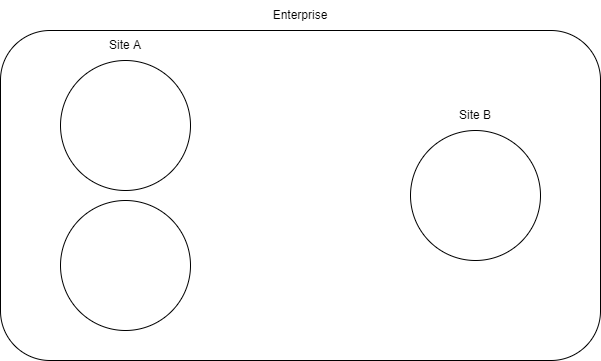
Above: images/Imprivata.drawio.png in Radriverron/radriverron.github.io (draw.io), before the change. Source tidied: cells renumbered, new cells last; positions are measured from the earlier drawing's top-left corner, leaving out a move shared by most shapes. The source it was exported from:
```xml
<mxGraphModel>
  <root>
    <mxCell id="0" />
    <mxCell id="1" parent="0" />
    <mxCell id="2" style="rounded=1;whiteSpace=wrap;html=1;" parent="1" vertex="1">
      <mxGeometry y="30" width="600" height="330" as="geometry" />
    </mxCell>
    <mxCell id="3" style="ellipse;whiteSpace=wrap;html=1;" parent="1" vertex="1">
      <mxGeometry x="60" y="60" width="130" height="130" as="geometry" />
    </mxCell>
    <mxCell id="4" style="ellipse;whiteSpace=wrap;html=1;" parent="1" vertex="1">
      <mxGeometry x="60" y="200" width="130" height="130" as="geometry" />
    </mxCell>
    <mxCell id="5" style="ellipse;whiteSpace=wrap;html=1;" parent="1" vertex="1">
      <mxGeometry x="410" y="130" width="130" height="130" as="geometry" />
    </mxCell>
    <mxCell id="6" value="Site A" style="text;html=1;strokeColor=none;fillColor=none;align=center;verticalAlign=middle;whiteSpace=wrap;rounded=0;" parent="1" vertex="1">
      <mxGeometry x="95" y="30" width="60" height="30" as="geometry" />
    </mxCell>
    <mxCell id="7" value="Site B" style="text;html=1;strokeColor=none;fillColor=none;align=center;verticalAlign=middle;whiteSpace=wrap;rounded=0;" parent="1" vertex="1">
      <mxGeometry x="445" y="100" width="60" height="30" as="geometry" />
    </mxCell>
    <mxCell id="8" value="Enterprise" style="text;html=1;strokeColor=none;fillColor=none;align=center;verticalAlign=middle;whiteSpace=wrap;rounded=0;" parent="1" vertex="1">
      <mxGeometry x="270" width="60" height="30" as="geometry" />
    </mxCell>
  </root>
</mxGraphModel>
```
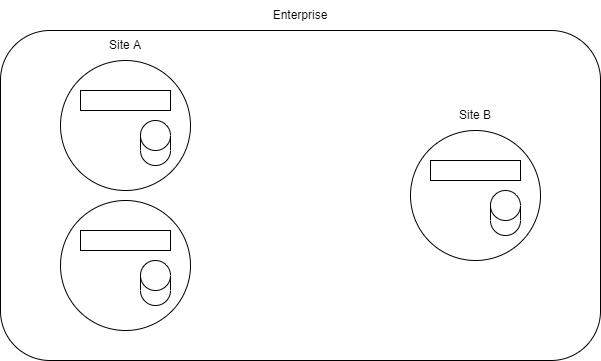
After the commit.

What changed in the source:
```diff
@@ -23,5 +23,23 @@
     <mxCell id="8" value="Enterprise" style="text;html=1;strokeColor=none;fillColor=none;align=center;verticalAlign=middle;whiteSpace=wrap;rounded=0;" parent="1" vertex="1">
       <mxGeometry x="270" width="60" height="30" as="geometry" />
     </mxCell>
+    <mxCell id="9" style="rounded=0;whiteSpace=wrap;html=1;" parent="1" vertex="1">
+      <mxGeometry x="80" y="90" width="90" height="20" as="geometry" />
+    </mxCell>
+    <mxCell id="10" style="rounded=0;whiteSpace=wrap;html=1;" parent="1" vertex="1">
+      <mxGeometry x="80" y="230" width="90" height="20" as="geometry" />
+    </mxCell>
+    <mxCell id="11" style="rounded=0;whiteSpace=wrap;html=1;" parent="1" vertex="1">
+      <mxGeometry x="430" y="160" width="90" height="20" as="geometry" />
+    </mxCell>
+    <mxCell id="12" style="shape=cylinder3;whiteSpace=wrap;html=1;boundedLbl=1;backgroundOutline=1;size=15;" parent="1" vertex="1">
+      <mxGeometry x="140" y="120" width="30" height="45" as="geometry" />
+    </mxCell>
+    <mxCell id="13" style="shape=cylinder3;whiteSpace=wrap;html=1;boundedLbl=1;backgroundOutline=1;size=15;" parent="1" vertex="1">
+      <mxGeometry x="490" y="190" width="30" height="45" as="geometry" />
+    </mxCell>
+    <mxCell id="14" style="shape=cylinder3;whiteSpace=wrap;html=1;boundedLbl=1;backgroundOutline=1;size=15;" parent="1" vertex="1">
+      <mxGeometry x="140" y="260" width="30" height="45" as="geometry" />
+    </mxCell>
   </root>
 </mxGraphModel>
```
